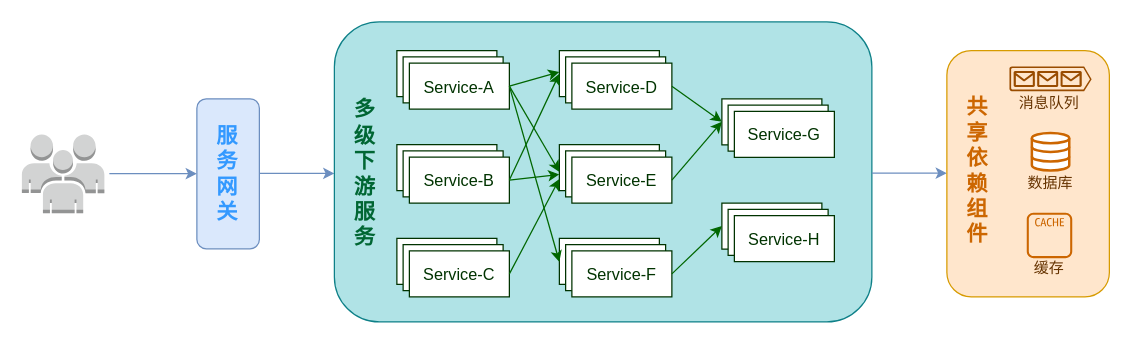
This is drawio/未命名绘图.drawio from siljing/SAD-Data_Modeling, a draw.io file, before an edit. Source tidied: cells renumbered, new cells numbered last; positions are measured from the earlier drawing's top-left corner, leaving out a move shared by most shapes. Both pictures are drawn from the tidied source at 125%, with x=0, y=0 at pixel (21, 21).
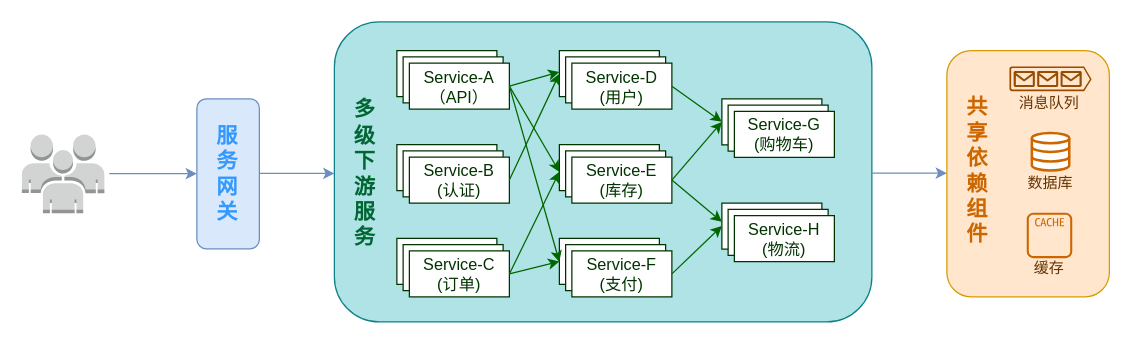
The same diagram, later.

Commit message (it also covers changes not shown here):
更新未命名绘图.drawio

The change refers to these unchanged cells:
```xml
<mxCell id="10" style="group;" parent="1" vertex="1">
  <mxGeometry x="430" y="23" width="90" height="46.8" as="geometry" />
</mxCell>
<mxCell id="13" style="group;" parent="1" vertex="1">
  <mxGeometry x="300" y="98.1" width="90" height="46.8" as="geometry" />
</mxCell>
<mxCell id="14" style="verticalLabelPosition=bottom;verticalAlign=top;html=1;shape=mxgraph.basic.layered_rect;dx=10;outlineConnect=0;whiteSpace=wrap;rotation=-180;strokeColor=#003300;" parent="13" vertex="1">
  <mxGeometry width="90" height="46.8" as="geometry" />
</mxCell>
<mxCell id="16" style="group;" parent="1" vertex="1">
  <mxGeometry x="300" y="23" width="90" height="46.8" as="geometry" />
</mxCell>
<mxCell id="19" style="group;" parent="1" vertex="1">
  <mxGeometry x="430" y="98.1" width="90" height="46.8" as="geometry" />
</mxCell>
<mxCell id="20" style="verticalLabelPosition=bottom;verticalAlign=top;html=1;shape=mxgraph.basic.layered_rect;dx=10;outlineConnect=0;whiteSpace=wrap;rotation=-180;strokeColor=#003300;" parent="19" vertex="1">
  <mxGeometry width="90" height="46.8" as="geometry" />
</mxCell>
<mxCell id="23" style="group;" parent="1" vertex="1">
  <mxGeometry x="430" y="173.2" width="90" height="46.8" as="geometry" />
</mxCell>
<mxCell id="24" style="verticalLabelPosition=bottom;verticalAlign=top;html=1;shape=mxgraph.basic.layered_rect;dx=10;outlineConnect=0;whiteSpace=wrap;rotation=-180;strokeColor=#003300;" parent="23" vertex="1">
  <mxGeometry width="90" height="46.8" as="geometry" />
</mxCell>
<mxCell id="26" style="group;" parent="1" vertex="1">
  <mxGeometry x="300" y="173.2" width="90" height="46.8" as="geometry" />
</mxCell>
<mxCell id="27" style="verticalLabelPosition=bottom;verticalAlign=top;html=1;shape=mxgraph.basic.layered_rect;dx=10;outlineConnect=0;whiteSpace=wrap;rotation=-180;strokeColor=#003300;" parent="26" vertex="1">
  <mxGeometry width="90" height="46.8" as="geometry" />
</mxCell>
<mxCell id="32" style="group;" parent="1" vertex="1">
  <mxGeometry x="560" y="61.5" width="90" height="46.8" as="geometry" />
</mxCell>
<mxCell id="33" style="verticalLabelPosition=bottom;verticalAlign=top;html=1;shape=mxgraph.basic.layered_rect;dx=10;outlineConnect=0;whiteSpace=wrap;rotation=-180;strokeColor=#003300;" parent="32" vertex="1">
  <mxGeometry width="90" height="46.8" as="geometry" />
</mxCell>
<mxCell id="35" style="group;" parent="1" vertex="1">
  <mxGeometry x="560" y="144.9" width="90" height="46.8" as="geometry" />
</mxCell>
```

The edit, as a diff of the source:
```diff
@@
-    <mxCell id="12" value="Service-D" style="text;html=1;whiteSpace=wrap;strokeColor=none;fillColor=none;align=center;verticalAlign=middle;rounded=0;fontColor=#003300;fontStyle=0;fontSize=13;spacingBottom=1;" parent="10" vertex="1">
+    <mxCell id="12" value="Service-D&lt;div&gt;(用户)&lt;/div&gt;" style="text;html=1;whiteSpace=wrap;strokeColor=none;fillColor=none;align=center;verticalAlign=middle;rounded=0;fontColor=#003300;fontStyle=0;fontSize=13;spacingBottom=1;" parent="10" vertex="1">
       <mxGeometry x="20" y="11.6" width="60" height="35.1" as="geometry" />
     </mxCell>
@@
-    <mxCell id="15" value="Service-B" style="text;html=1;whiteSpace=wrap;strokeColor=none;fillColor=none;align=center;verticalAlign=middle;rounded=0;fontColor=#003300;fontStyle=0;fontSize=13;spacingBottom=1;" parent="13" vertex="1">
+    <mxCell id="15" value="Service-B&lt;div&gt;(认证)&lt;/div&gt;" style="text;html=1;whiteSpace=wrap;strokeColor=none;fillColor=none;align=center;verticalAlign=middle;rounded=0;fontColor=#003300;fontStyle=0;fontSize=13;spacingBottom=1;" parent="13" vertex="1">
       <mxGeometry x="20" y="11.6" width="60" height="35.1" as="geometry" />
     </mxCell>
@@
-    <mxCell id="18" value="Service-A" style="text;html=1;whiteSpace=wrap;strokeColor=none;fillColor=none;align=center;verticalAlign=middle;rounded=0;fontColor=#003300;fontStyle=0;fontSize=13;spacingBottom=1;" parent="16" vertex="1">
+    <mxCell id="18" value="Service-A&lt;div&gt;（API）&lt;/div&gt;" style="text;html=1;whiteSpace=wrap;strokeColor=none;fillColor=none;align=center;verticalAlign=middle;rounded=0;fontColor=#003300;fontStyle=0;fontSize=13;spacingBottom=1;" parent="16" vertex="1">
       <mxGeometry x="20" y="11.6" width="60" height="35.1" as="geometry" />
     </mxCell>
@@
-    <mxCell id="21" value="Service-E" style="text;html=1;whiteSpace=wrap;strokeColor=none;fillColor=none;align=center;verticalAlign=middle;rounded=0;fontColor=#003300;fontStyle=0;fontSize=13;spacingBottom=1;" parent="19" vertex="1">
+    <mxCell id="21" value="Service-E&lt;div&gt;(库存)&lt;/div&gt;" style="text;html=1;whiteSpace=wrap;strokeColor=none;fillColor=none;align=center;verticalAlign=middle;rounded=0;fontColor=#003300;fontStyle=0;fontSize=13;spacingBottom=1;" parent="19" vertex="1">
       <mxGeometry x="20" y="11.6" width="60" height="35.1" as="geometry" />
     </mxCell>
@@
-    <mxCell id="25" value="Service-F" style="text;html=1;whiteSpace=wrap;strokeColor=none;fillColor=none;align=center;verticalAlign=middle;rounded=0;fontColor=#003300;fontStyle=0;fontSize=13;spacingBottom=1;" parent="23" vertex="1">
+    <mxCell id="25" value="Service-F&lt;div&gt;(支付)&lt;/div&gt;" style="text;html=1;whiteSpace=wrap;strokeColor=none;fillColor=none;align=center;verticalAlign=middle;rounded=0;fontColor=#003300;fontStyle=0;fontSize=13;spacingBottom=1;" parent="23" vertex="1">
       <mxGeometry x="20" y="11.6" width="60" height="35.1" as="geometry" />
     </mxCell>
@@
-    <mxCell id="28" value="Service-C" style="text;html=1;whiteSpace=wrap;strokeColor=none;fillColor=none;align=center;verticalAlign=middle;rounded=0;fontColor=#003300;fontStyle=0;fontSize=13;spacingBottom=1;" parent="26" vertex="1">
+    <mxCell id="28" value="Service-C&lt;div&gt;(订单)&lt;/div&gt;" style="text;html=1;whiteSpace=wrap;strokeColor=none;fillColor=none;align=center;verticalAlign=middle;rounded=0;fontColor=#003300;fontStyle=0;fontSize=13;spacingBottom=1;" parent="26" vertex="1">
       <mxGeometry x="20" y="11.6" width="60" height="35.1" as="geometry" />
     </mxCell>
@@
-    <mxCell id="30" style="endArrow=classic;html=1;rounded=1;fillColor=#008a00;strokeColor=#006600;curved=0;exitX=0;exitY=0;exitDx=0;exitDy=18.375;exitPerimeter=0;" parent="1" edge="1" source="14">
-      <mxGeometry relative="1" as="geometry">
-        <mxPoint x="430" y="122" as="targetPoint" />
-      </mxGeometry>
-    </mxCell>
-    <mxCell id="31" style="endArrow=classic;html=1;rounded=1;fillColor=#008a00;strokeColor=#006600;curved=0;exitX=0;exitY=0;exitDx=0;exitDy=18.375;exitPerimeter=0;entryX=0;entryY=0;entryDx=90;entryDy=19.1875;entryPerimeter=0;" parent="1" edge="1" source="27" target="20">
-      <mxGeometry relative="1" as="geometry" />
+    <mxCell id="31" style="endArrow=classic;html=1;rounded=1;fillColor=#008a00;strokeColor=#006600;curved=0;exitX=0;exitY=0;exitDx=0;exitDy=18.375;exitPerimeter=0;" parent="1" edge="1" source="27">
+      <mxGeometry relative="1" as="geometry">
+        <mxPoint x="430" y="120" as="targetPoint" />
+      </mxGeometry>
     </mxCell>
@@
-    <mxCell id="34" value="Service-G" style="text;html=1;whiteSpace=wrap;strokeColor=none;fillColor=none;align=center;verticalAlign=middle;rounded=0;fontColor=#003300;fontStyle=0;fontSize=13;spacingBottom=1;" parent="32" vertex="1">
+    <mxCell id="34" value="Service-G&lt;div&gt;(购物车)&lt;/div&gt;" style="text;html=1;whiteSpace=wrap;strokeColor=none;fillColor=none;align=center;verticalAlign=middle;rounded=0;fontColor=#003300;fontStyle=0;fontSize=13;spacingBottom=1;" parent="32" vertex="1">
       <mxGeometry x="20" y="11.6" width="60" height="35.1" as="geometry" />
     </mxCell>
@@
-    <mxCell id="37" value="Service-H" style="text;html=1;whiteSpace=wrap;strokeColor=none;fillColor=none;align=center;verticalAlign=middle;rounded=0;fontColor=#003300;fontStyle=0;fontSize=13;spacingBottom=1;" parent="35" vertex="1">
+    <mxCell id="37" value="Service-H&lt;div&gt;(物流)&lt;/div&gt;" style="text;html=1;whiteSpace=wrap;strokeColor=none;fillColor=none;align=center;verticalAlign=middle;rounded=0;fontColor=#003300;fontStyle=0;fontSize=13;spacingBottom=1;" parent="35" vertex="1">
       <mxGeometry x="20" y="11.6" width="60" height="35.1" as="geometry" />
     </mxCell>
@@
-    <mxCell id="41" style="endArrow=classic;html=1;rounded=1;fillColor=#008a00;strokeColor=#006600;curved=0;exitX=0;exitY=0;exitDx=0;exitDy=18.375;exitPerimeter=0;entryX=0;entryY=0;entryDx=90;entryDy=28.375;entryPerimeter=0;" parent="1" edge="1" source="20" target="33">
-      <mxGeometry relative="1" as="geometry" />
+    <mxCell id="41" style="endArrow=classic;html=1;rounded=1;fillColor=#008a00;strokeColor=#006600;curved=0;exitX=0;exitY=0;exitDx=0;exitDy=18.375;exitPerimeter=0;" parent="1" edge="1" source="20">
+      <mxGeometry relative="1" as="geometry">
+        <mxPoint x="560" y="160" as="targetPoint" />
+      </mxGeometry>
     </mxCell>
@@
+    <mxCell id="52" style="endArrow=classic;html=1;rounded=1;fillColor=#008a00;strokeColor=#006600;curved=0;exitX=0;exitY=0;exitDx=0;exitDy=18.375;exitPerimeter=0;" parent="1" edge="1" source="20">
+      <mxGeometry relative="1" as="geometry">
+        <mxPoint x="560" y="80" as="targetPoint" />
+      </mxGeometry>
+    </mxCell>
+    <mxCell id="53" style="endArrow=classic;html=1;rounded=1;fillColor=#008a00;strokeColor=#006600;curved=0;exitX=0;exitY=0;exitDx=0;exitDy=18.375;exitPerimeter=0;entryX=0;entryY=0;entryDx=90;entryDy=28.375;entryPerimeter=0;" parent="1" edge="1" source="27" target="24">
+      <mxGeometry relative="1" as="geometry" />
+    </mxCell>
```
